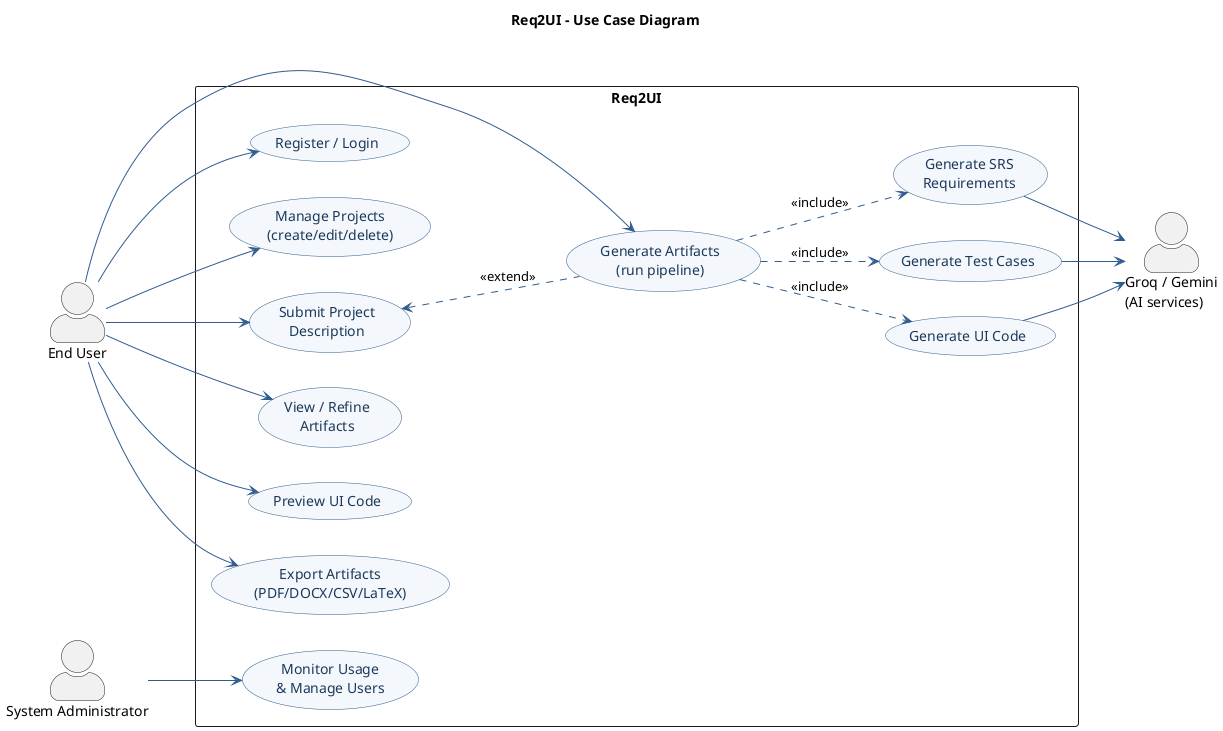
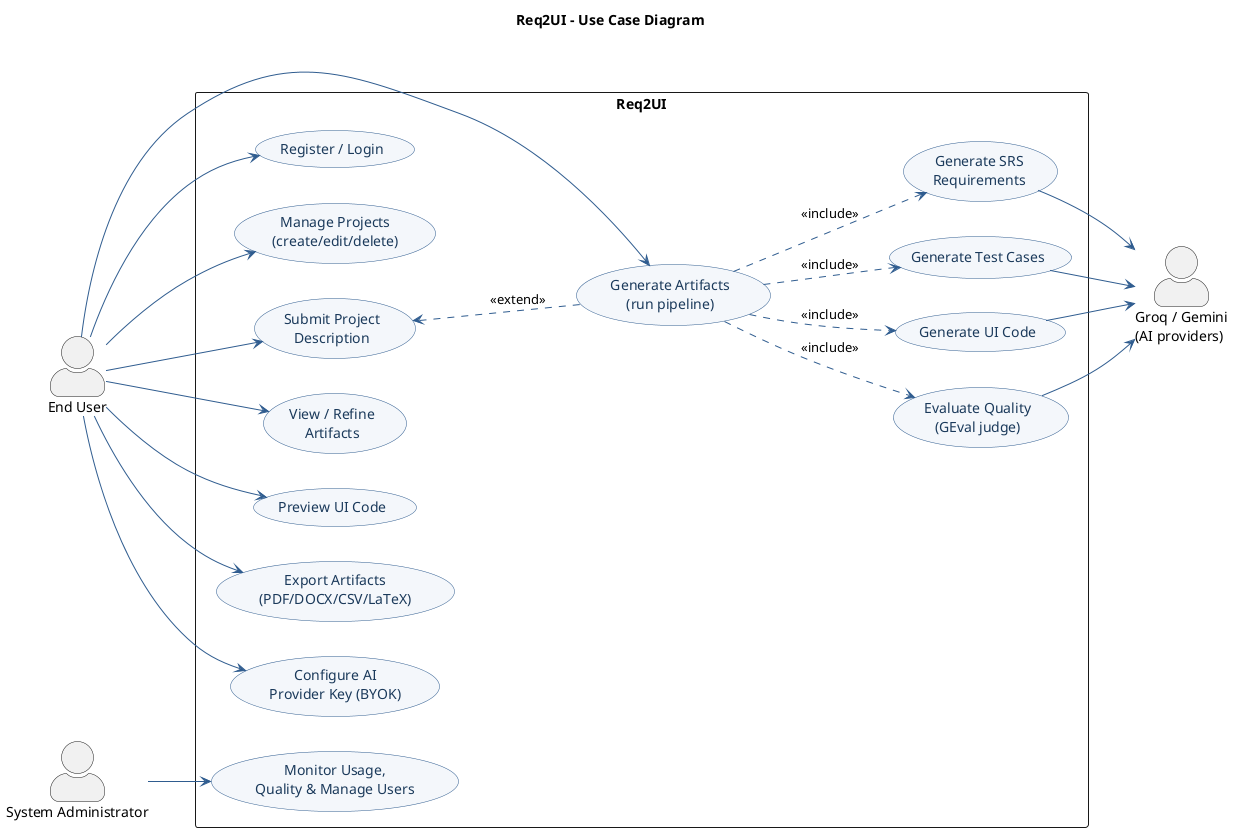
@startuml usecase
' Figure 4 - Use Case Diagram
skinparam backgroundColor White
skinparam defaultFontName Helvetica
skinparam shadowing false
skinparam ArrowColor #2F5C8F
skinparam actorStyle awesome
skinparam usecase {
  BackgroundColor #F4F7FB
  BorderColor #2F5C8F
  FontColor #1B3A5B
}

title Req2UI - Use Case Diagram

left to right direction

actor "End User" as user
actor "System Administrator" as admin
- actor "Groq / Gemini\n(AI services)" as ai
+ actor "Groq / Gemini\n(AI providers)" as ai

rectangle "Req2UI" {
  usecase "Register / Login" as UC1
  usecase "Manage Projects\n(create/edit/delete)" as UC2
  usecase "Submit Project\nDescription" as UC3
  usecase "Generate Artifacts\n(run pipeline)" as UC4
  usecase "Generate SRS\nRequirements" as UC4a
  usecase "Generate Test Cases" as UC4b
  usecase "Generate UI Code" as UC4c
+   usecase "Evaluate Quality\n(GEval judge)" as UC4d
  usecase "View / Refine\nArtifacts" as UC5
  usecase "Preview UI Code" as UC6
  usecase "Export Artifacts\n(PDF/DOCX/CSV/LaTeX)" as UC7
-   usecase "Monitor Usage\n& Manage Users" as UC8
+   usecase "Configure AI\nProvider Key (BYOK)" as UC9
+   usecase "Monitor Usage,\nQuality & Manage Users" as UC8
}

user --> UC1
user --> UC2
user --> UC3
user --> UC4
user --> UC5
user --> UC6
user --> UC7
+ user --> UC9
admin --> UC8

UC4 ..> UC4a : <<include>>
UC4 ..> UC4b : <<include>>
UC4 ..> UC4c : <<include>>
+ UC4 ..> UC4d : <<include>>
UC3 <.. UC4 : <<extend>>

UC4a --> ai
UC4b --> ai
UC4c --> ai
+ UC4d --> ai
@enduml
